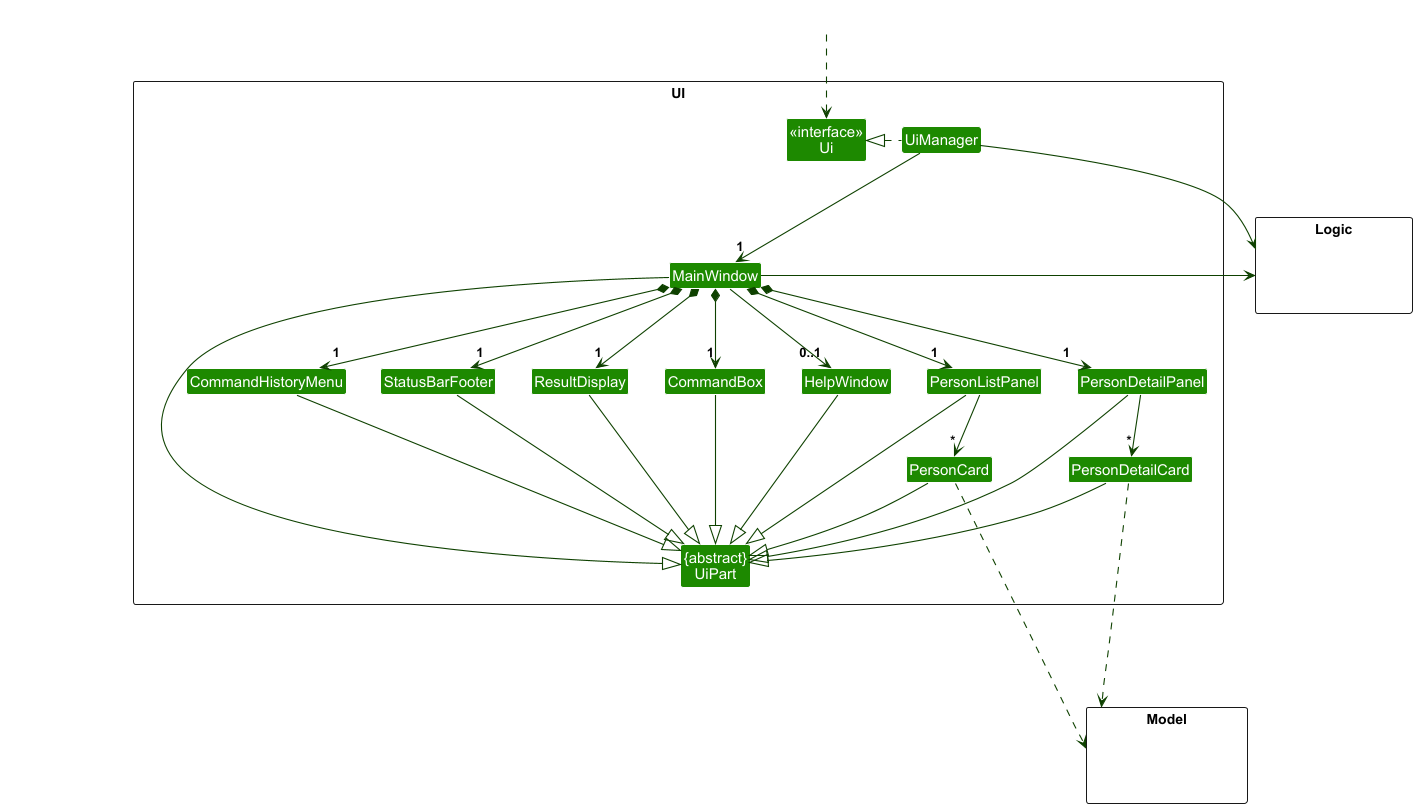
carineang/tp keeps this PlantUML diagram as docs/images/UiClassDiagram.png. Above is the earlier version. Source of this version:
```plantuml
@startuml
!include style.puml
skinparam arrowThickness 1.1
skinparam arrowColor UI_COLOR_T4
skinparam classBackgroundColor UI_COLOR

package UI <<Rectangle>>{
Class "<<interface>>\nUi" as Ui
Class "{abstract}\nUiPart" as UiPart
Class UiManager
Class MainWindow
Class HelpWindow
Class ResultDisplay
Class PersonListPanel
Class PersonCard
Class StatusBarFooter
Class CommandBox
Class PersonDetailPanel
Class PersonDetailCard
Class CommandHistoryMenu
}

package Model <<Rectangle>> {
Class HiddenModel #FFFFFF
}

package Logic <<Rectangle>> {
Class HiddenLogic #FFFFFF
}

Class HiddenOutside #FFFFFF
HiddenOutside ..> Ui

UiManager .left.|> Ui
UiManager -down-> "1" MainWindow
MainWindow *-down->  "1" CommandBox
MainWindow *-down->  "1" CommandHistoryMenu
MainWindow *-down-> "1" ResultDisplay
MainWindow *-down-> "1" PersonListPanel
MainWindow *-down-> "1" StatusBarFooter
MainWindow --> "0..1" HelpWindow
MainWindow *-down-> "1" PersonDetailPanel

PersonListPanel -down-> "*" PersonCard
PersonDetailPanel -down-> "*" PersonDetailCard

MainWindow -left-|> UiPart

ResultDisplay --|> UiPart
CommandBox --|> UiPart
CommandHistoryMenu --|> UiPart
PersonListPanel --|> UiPart
PersonCard --|> UiPart
PersonDetailPanel --|> UiPart
PersonDetailCard --|> UiPart
StatusBarFooter --|> UiPart
HelpWindow --|> UiPart

PersonCard -[hidden]right- PersonDetailCard : " "

PersonCard ..down..> Model
PersonDetailCard ..down..> Model

UiManager -right-> Logic
MainWindow -left-> Logic

PersonListPanel -[hidden]left- HelpWindow
HelpWindow -[hidden]left- CommandBox
CommandBox -[hidden]left- ResultDisplay
ResultDisplay -[hidden]left- StatusBarFooter
PersonDetailPanel -[hidden]left- PersonListPanel
StatusBarFooter -[hidden]left- CommandHistoryMenu

MainWindow -[hidden]-|> UiPart
@enduml
```
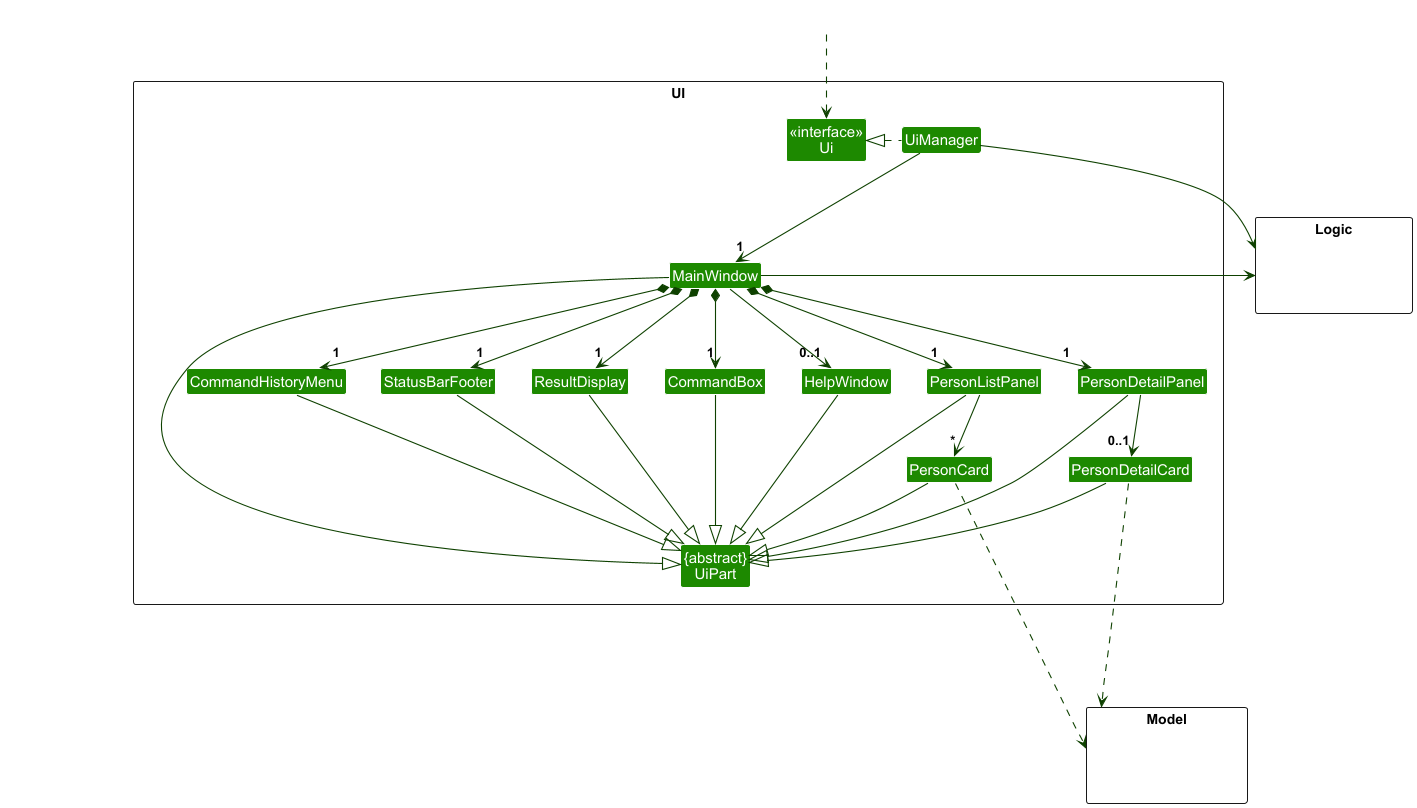
After the commit.

Commit message:
Update ui class diagram

Diff of the diagram source:
```diff
@@ -42,7 +42,7 @@
 MainWindow *-down-> "1" PersonDetailPanel
 
 PersonListPanel -down-> "*" PersonCard
-PersonDetailPanel -down-> "*" PersonDetailCard
+PersonDetailPanel -down-> "0..1" PersonDetailCard
 
 MainWindow -left-|> UiPart
 
```
